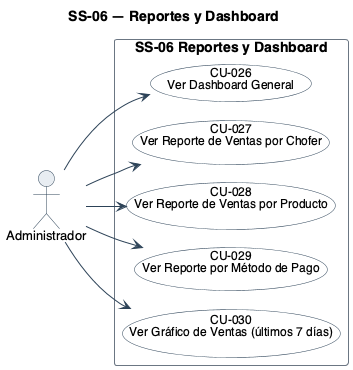
The PlantUML diagram diagramas/uml/CU_SS-06_Reportes-Y-Dashboard.png in Nahuelito-Dev/splg-docs, before a commit. Source of this version:
```plantuml
@startuml
!pragma layout smetana
title SS-06 — Reportes y Dashboard
left to right direction
skinparam backgroundColor #FFFFFF
skinparam shadowing false
skinparam defaultFontName Helvetica
skinparam defaultFontSize 13
skinparam ArrowColor #2C4257
skinparam actor {
  BorderColor #2C4257
  BackgroundColor #E8EDF2
}
skinparam usecase {
  BorderColor #2C4257
  BackgroundColor #FFFFFF
  FontSize 12
  BorderColor<<pendiente>> #9C4436
  BackgroundColor<<pendiente>> #F6E4E1
}
skinparam rectangle {
  BorderColor #6B7683
  FontSize 14
  FontStyle bold
}

actor "Administrador" as A3

rectangle "SS-06 Reportes y Dashboard" {
  usecase "CU-026\nVer Dashboard General" as U26
  usecase "CU-027\nVer Reporte de Ventas por Chofer" as U27
  usecase "CU-028\nVer Reporte de Ventas por Producto" as U28
  usecase "CU-029\nVer Reporte por Método de Pago" as U29
  usecase "CU-030\nVer Gráfico de Ventas (últimos 7 días)" as U30
}

A3 --> U26
A3 --> U27
A3 --> U28
A3 --> U29
A3 --> U30
@enduml
```
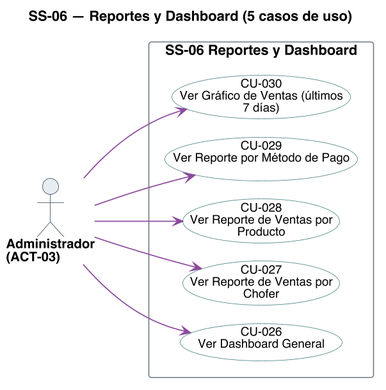
Later version of the same file.

What changed in the source:
```diff
@@ -1,22 +1,23 @@
 @startuml
-!pragma layout smetana
-title SS-06 — Reportes y Dashboard
+title SS-06 — Reportes y Dashboard (5 casos de uso)
 left to right direction
 skinparam backgroundColor #FFFFFF
 skinparam shadowing false
 skinparam defaultFontName Helvetica
 skinparam defaultFontSize 13
+skinparam dpi 150
 skinparam ArrowColor #2C4257
+skinparam ArrowThickness 1.1
 skinparam actor {
   BorderColor #2C4257
   BackgroundColor #E8EDF2
+  FontSize 13
+  FontStyle bold
 }
 skinparam usecase {
   BorderColor #2C4257
   BackgroundColor #FFFFFF
   FontSize 12
-  BorderColor<<pendiente>> #9C4436
-  BackgroundColor<<pendiente>> #F6E4E1
 }
 skinparam rectangle {
   BorderColor #6B7683
@@ -24,19 +25,27 @@
   FontStyle bold
 }
 
-actor "Administrador" as A3
+skinparam nodesep 18
+skinparam ranksep 70
+skinparam usecase {
+  BorderColor<<pendiente>> #9C4436
+  BackgroundColor<<pendiente>> #F6E4E1
+}
+
+actor "Administrador\n(ACT-03)" as A03
 
 rectangle "SS-06 Reportes y Dashboard" {
-  usecase "CU-026\nVer Dashboard General" as U26
-  usecase "CU-027\nVer Reporte de Ventas por Chofer" as U27
-  usecase "CU-028\nVer Reporte de Ventas por Producto" as U28
-  usecase "CU-029\nVer Reporte por Método de Pago" as U29
-  usecase "CU-030\nVer Gráfico de Ventas (últimos 7 días)" as U30
+  usecase "CU-026\nVer Dashboard General" as U026 #back:FFFFFF;line:3E7C79
+  usecase "CU-027\nVer Reporte de Ventas por\nChofer" as U027 #back:FFFFFF;line:3E7C79
+  usecase "CU-028\nVer Reporte de Ventas por\nProducto" as U028 #back:FFFFFF;line:3E7C79
+  usecase "CU-029\nVer Reporte por Método de Pago" as U029 #back:FFFFFF;line:3E7C79
+  usecase "CU-030\nVer Gráfico de Ventas (últimos\n7 días)" as U030 #back:FFFFFF;line:3E7C79
 }
 
-A3 --> U26
-A3 --> U27
-A3 --> U28
-A3 --> U29
-A3 --> U30
+A03 -[#8C4A9E]-> U026
+A03 -[#8C4A9E]-> U027
+A03 -[#8C4A9E]-> U028
+A03 -[#8C4A9E]-> U029
+A03 -[#8C4A9E]-> U030
+
 @enduml
```
